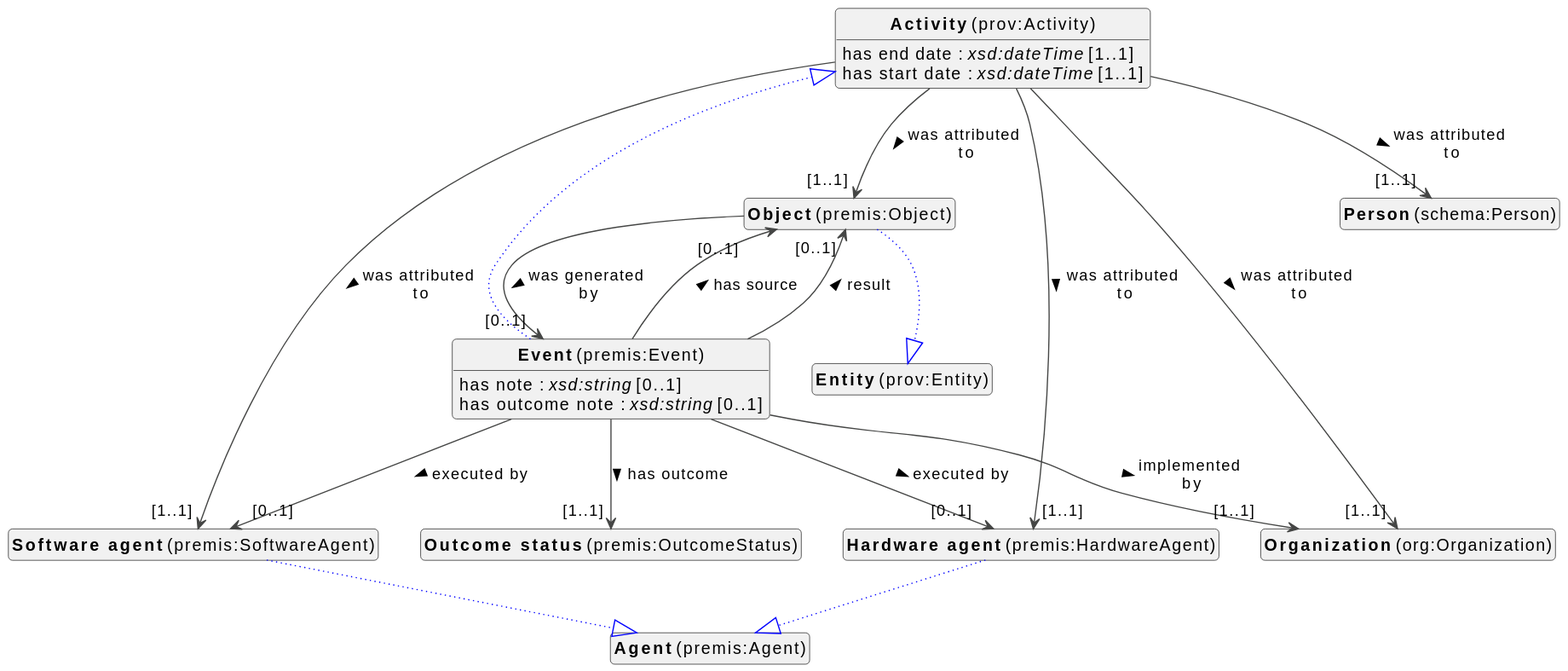
This is docs/metadata/modellen/events-diagram.svg from viaacode/documentation-jekyll, a PlantUML export, as it was before one commit.
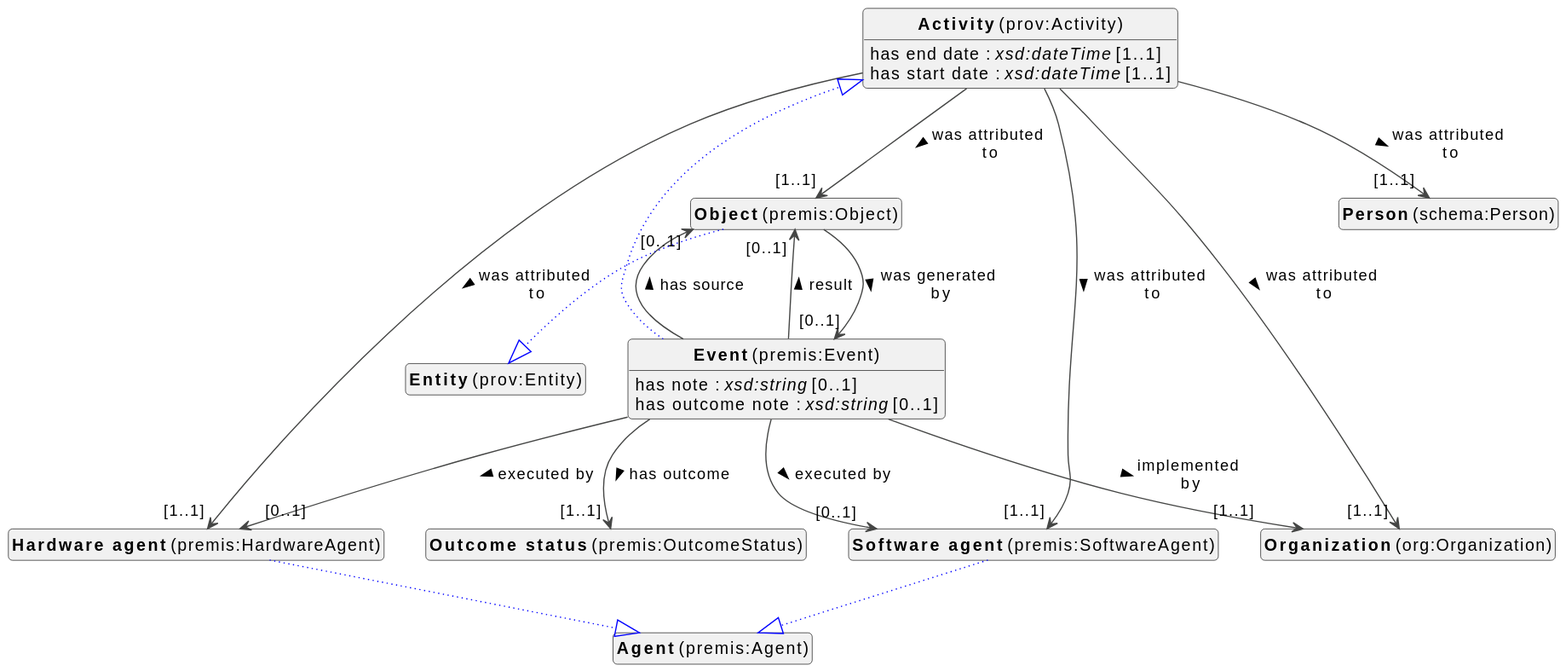
The same file after the commit.

Change to the diagram source:
```diff
@@ -13,12 +13,12 @@
 class "<b>Activity</b> (prov:Activity)" as prov_Activity [[#prov%3AActivity]]
 class "<b>Object</b> (premis:Object)" as premis_Object [[#premis%3AObject]]
 class "<b>Entity</b> (prov:Entity)" as prov_Entity [[#prov%3AEntity]]
-class "<b>Outcome status</b> (premis:OutcomeStatus)" as premis_OutcomeStatus [[#premis%3AOutcomeStatus]]
-class "<b>Organization</b> (org:Organization)" as org_Organization [[#org%3AOrganization]]
+class "<b>Hardware agent</b> (premis:HardwareAgent)" as premis_HardwareAgent [[#premis%3AHardwareAgent]]
+class "<b>Agent</b> (premis:Agent)" as premis_Agent [[#premis%3AAgent]]
 class "<b>Software agent</b> (premis:SoftwareAgent)" as premis_SoftwareAgent [[#premis%3ASoftwareAgent]]
 class "<b>Agent</b> (premis:Agent)" as premis_Agent [[#premis%3AAgent]]
-class "<b>Hardware agent</b> (premis:HardwareAgent)" as premis_HardwareAgent [[#premis%3AHardwareAgent]]
-class "<b>Agent</b> (premis:Agent)" as premis_Agent [[#premis%3AAgent]]
+class "<b>Organization</b> (org:Organization)" as org_Organization [[#org%3AOrganization]]
+class "<b>Outcome status</b> (premis:OutcomeStatus)" as premis_OutcomeStatus [[#premis%3AOutcomeStatus]]
 class "<b>Person</b> (schema:Person)" as schema_Person [[#schema%3APerson]]
 
 
@@ -57,14 +57,14 @@
 
 premis_Object --> "[0..1]" premis_Event : was generated by >
 
-
-
+premis_HardwareAgent --|> premis_Agent #blue;line.dotted;text:blue
 
 
 premis_SoftwareAgent --|> premis_Agent #blue;line.dotted;text:blue
 
 
-premis_HardwareAgent --|> premis_Agent #blue;line.dotted;text:blue
+
+
 
 
 
```
